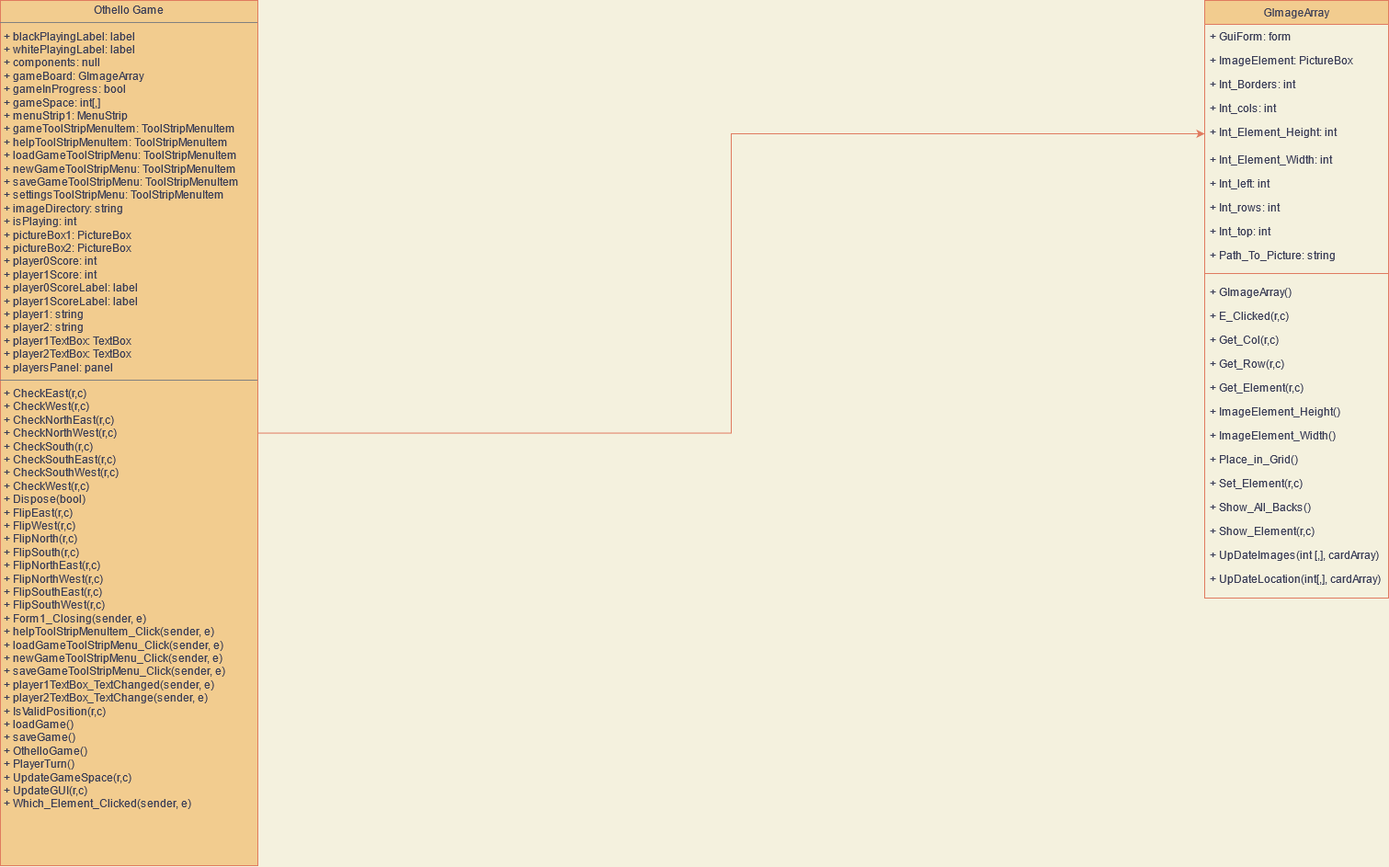
Above: Othello Class Diagram.png in MylesDodd/Othello-Game-Assignment (draw.io), before the change. Source tidied: cells renumbered, new cells last; positions are measured from the earlier drawing's top-left corner, leaving out a move shared by most shapes. Its diagram source:
```xml
<mxGraphModel background="#F4F1DE">
  <root>
    <mxCell id="0" />
    <mxCell id="1" parent="0" />
    <mxCell id="2" value="GImageArray" style="swimlane;fontStyle=0;align=center;verticalAlign=top;horizontal=1;startSize=26;rounded=0;shadow=0;strokeWidth=1;fillColor=#F2CC8F;strokeColor=#E07A5F;fontColor=#393C56;" parent="1" vertex="1">
      <mxGeometry x="1310" width="200" height="650" as="geometry" />
    </mxCell>
    <mxCell id="3" value="+ GuiForm: form" style="text;align=left;verticalAlign=top;spacingLeft=4;spacingRight=4;overflow=hidden;fontColor=#393C56;" parent="2" vertex="1">
      <mxGeometry y="26" width="200" height="26" as="geometry" />
    </mxCell>
    <mxCell id="4" value="+ ImageElement: PictureBox" style="text;align=left;verticalAlign=top;spacingLeft=4;spacingRight=4;overflow=hidden;rounded=0;shadow=0;html=0;fontColor=#393C56;" parent="2" vertex="1">
      <mxGeometry y="52" width="200" height="26" as="geometry" />
    </mxCell>
    <mxCell id="5" value="+ Int_Borders: int" style="text;align=left;verticalAlign=top;spacingLeft=4;spacingRight=4;overflow=hidden;rounded=0;shadow=0;html=0;fontColor=#393C56;" parent="2" vertex="1">
      <mxGeometry y="78" width="200" height="26" as="geometry" />
    </mxCell>
    <mxCell id="6" value="+ Int_cols: int" style="text;align=left;verticalAlign=top;spacingLeft=4;spacingRight=4;overflow=hidden;rounded=0;shadow=0;html=0;fontColor=#393C56;" parent="2" vertex="1">
      <mxGeometry y="104" width="200" height="26" as="geometry" />
    </mxCell>
    <mxCell id="7" value="+ Int_Element_Height: int" style="text;align=left;verticalAlign=top;spacingLeft=4;spacingRight=4;overflow=hidden;points=[[0,0.5],[1,0.5]];portConstraint=eastwest;rounded=0;shadow=0;html=0;fontColor=#393C56;" parent="2" vertex="1">
      <mxGeometry y="130" width="200" height="30" as="geometry" />
    </mxCell>
    <mxCell id="8" value="+ Int_Element_Width: int" style="text;align=left;verticalAlign=top;spacingLeft=4;spacingRight=4;overflow=hidden;rounded=0;shadow=0;html=0;fontColor=#393C56;" parent="2" vertex="1">
      <mxGeometry y="160" width="200" height="26" as="geometry" />
    </mxCell>
    <mxCell id="9" value="+ Int_left: int" style="text;align=left;verticalAlign=top;spacingLeft=4;spacingRight=4;overflow=hidden;rounded=0;shadow=0;html=0;fontColor=#393C56;" parent="2" vertex="1">
      <mxGeometry y="186" width="200" height="26" as="geometry" />
    </mxCell>
    <mxCell id="10" value="+ Int_rows: int" style="text;align=left;verticalAlign=top;spacingLeft=4;spacingRight=4;overflow=hidden;rounded=0;shadow=0;html=0;fontColor=#393C56;" parent="2" vertex="1">
      <mxGeometry y="212" width="200" height="26" as="geometry" />
    </mxCell>
    <mxCell id="11" value="+ Int_top: int" style="text;align=left;verticalAlign=top;spacingLeft=4;spacingRight=4;overflow=hidden;rounded=0;shadow=0;html=0;fontColor=#393C56;" parent="2" vertex="1">
      <mxGeometry y="238" width="200" height="26" as="geometry" />
    </mxCell>
    <mxCell id="12" value="+ Path_To_Picture: string" style="text;align=left;verticalAlign=top;spacingLeft=4;spacingRight=4;overflow=hidden;rounded=0;shadow=0;html=0;fontColor=#393C56;" parent="2" vertex="1">
      <mxGeometry y="264" width="200" height="26" as="geometry" />
    </mxCell>
    <mxCell id="13" style="line;html=1;strokeWidth=1;align=left;verticalAlign=middle;spacingTop=-1;spacingLeft=3;spacingRight=3;labelPosition=right;labelBackgroundColor=#F4F1DE;fillColor=#F2CC8F;strokeColor=#E07A5F;fontColor=#393C56;" parent="2" vertex="1">
      <mxGeometry y="290" width="200" height="14" as="geometry" />
    </mxCell>
    <mxCell id="14" value="+ GImageArray()" style="text;align=left;verticalAlign=top;spacingLeft=4;spacingRight=4;overflow=hidden;fontColor=#393C56;" parent="2" vertex="1">
      <mxGeometry y="304" width="200" height="26" as="geometry" />
    </mxCell>
    <mxCell id="15" value="+ E_Clicked(r,c)" style="text;align=left;verticalAlign=top;spacingLeft=4;spacingRight=4;overflow=hidden;fontColor=#393C56;" parent="2" vertex="1">
      <mxGeometry y="330" width="200" height="26" as="geometry" />
    </mxCell>
    <mxCell id="16" value="+ Get_Col(r,c)" style="text;align=left;verticalAlign=top;spacingLeft=4;spacingRight=4;overflow=hidden;fontColor=#393C56;" parent="2" vertex="1">
      <mxGeometry y="356" width="200" height="26" as="geometry" />
    </mxCell>
    <mxCell id="17" value="+ Get_Row(r,c)" style="text;align=left;verticalAlign=top;spacingLeft=4;spacingRight=4;overflow=hidden;fontColor=#393C56;" parent="2" vertex="1">
      <mxGeometry y="382" width="200" height="26" as="geometry" />
    </mxCell>
    <mxCell id="18" value="+ Get_Element(r,c)" style="text;align=left;verticalAlign=top;spacingLeft=4;spacingRight=4;overflow=hidden;fontColor=#393C56;" parent="2" vertex="1">
      <mxGeometry y="408" width="200" height="26" as="geometry" />
    </mxCell>
    <mxCell id="19" value="+ ImageElement_Height()" style="text;align=left;verticalAlign=top;spacingLeft=4;spacingRight=4;overflow=hidden;fontColor=#393C56;" parent="2" vertex="1">
      <mxGeometry y="434" width="200" height="26" as="geometry" />
    </mxCell>
    <mxCell id="20" value="+ ImageElement_Width()" style="text;align=left;verticalAlign=top;spacingLeft=4;spacingRight=4;overflow=hidden;fontColor=#393C56;" parent="2" vertex="1">
      <mxGeometry y="460" width="200" height="26" as="geometry" />
    </mxCell>
    <mxCell id="21" value="+ Place_in_Grid()" style="text;align=left;verticalAlign=top;spacingLeft=4;spacingRight=4;overflow=hidden;fontColor=#393C56;" parent="2" vertex="1">
      <mxGeometry y="486" width="200" height="26" as="geometry" />
    </mxCell>
    <mxCell id="22" value="+ Set_Element(r,c)" style="text;align=left;verticalAlign=top;spacingLeft=4;spacingRight=4;overflow=hidden;fontColor=#393C56;" parent="2" vertex="1">
      <mxGeometry y="512" width="200" height="26" as="geometry" />
    </mxCell>
    <mxCell id="23" value="+ Show_All_Backs()" style="text;align=left;verticalAlign=top;spacingLeft=4;spacingRight=4;overflow=hidden;fontColor=#393C56;" parent="2" vertex="1">
      <mxGeometry y="538" width="200" height="26" as="geometry" />
    </mxCell>
    <mxCell id="24" value="+ Show_Element(r,c)" style="text;align=left;verticalAlign=top;spacingLeft=4;spacingRight=4;overflow=hidden;fontColor=#393C56;" parent="2" vertex="1">
      <mxGeometry y="564" width="200" height="26" as="geometry" />
    </mxCell>
    <mxCell id="25" value="+ UpDateImages(int [,], cardArray)" style="text;align=left;verticalAlign=top;spacingLeft=4;spacingRight=4;overflow=hidden;fontColor=#393C56;" parent="2" vertex="1">
      <mxGeometry y="590" width="200" height="26" as="geometry" />
    </mxCell>
    <mxCell id="26" value="+ UpDateLocation(int[,], cardArray)" style="text;align=left;verticalAlign=top;spacingLeft=4;spacingRight=4;overflow=hidden;fontColor=#393C56;" parent="2" vertex="1">
      <mxGeometry y="616" width="200" height="26" as="geometry" />
    </mxCell>
    <mxCell id="27" style="edgeStyle=orthogonalEdgeStyle;rounded=0;jettySize=auto;html=1;entryX=0;entryY=0.5;entryDx=0;entryDy=0;labelBackgroundColor=#F4F1DE;strokeColor=#E07A5F;fontColor=#393C56;" parent="1" edge="1" source="28" target="7">
      <mxGeometry relative="1" as="geometry" />
    </mxCell>
    <mxCell id="28" value="&lt;p style=&quot;margin: 0px ; margin-top: 4px ; text-align: center&quot;&gt;Othello Game&lt;br&gt;&lt;/p&gt;&lt;hr size=&quot;1&quot;&gt;&lt;p style=&quot;margin: 0px ; margin-left: 4px&quot;&gt;+ blackPlayingLabel: label&lt;/p&gt;&lt;p style=&quot;margin: 0px ; margin-left: 4px&quot;&gt;+ whitePlayingLabel: label&lt;br&gt;&lt;/p&gt;&lt;p style=&quot;margin: 0px ; margin-left: 4px&quot;&gt;+ components: null&lt;br&gt;&lt;/p&gt;&lt;p style=&quot;margin: 0px ; margin-left: 4px&quot;&gt;+ gameBoard: GImageArray&lt;/p&gt;&lt;p style=&quot;margin: 0px ; margin-left: 4px&quot;&gt;+ gameInProgress: bool&lt;/p&gt;&lt;p style=&quot;margin: 0px ; margin-left: 4px&quot;&gt;+ gameSpace: int[,]&lt;/p&gt;&lt;p style=&quot;margin: 0px ; margin-left: 4px&quot;&gt;+ menuStrip1: MenuStrip&lt;br&gt;&lt;/p&gt;&lt;p style=&quot;margin: 0px ; margin-left: 4px&quot;&gt;+ gameToolStripMenuItem: ToolStripMenuItem&lt;/p&gt;&lt;p style=&quot;margin: 0px ; margin-left: 4px&quot;&gt;+ helpToolStripMenuItem: ToolStripMenuItem&lt;/p&gt;&lt;p style=&quot;margin: 0px ; margin-left: 4px&quot;&gt;+ loadGameToolStripMenu: ToolStripMenuItem&lt;/p&gt;&lt;p style=&quot;margin: 0px ; margin-left: 4px&quot;&gt;+ newGameToolStripMenu: ToolStripMenuItem&lt;/p&gt;&lt;p style=&quot;margin: 0px ; margin-left: 4px&quot;&gt;+ saveGameToolStripMenu: ToolStripMenuItem&lt;/p&gt;&lt;p style=&quot;margin: 0px ; margin-left: 4px&quot;&gt;+ settingsToolStripMenu: ToolStripMenuItem&lt;br&gt;&lt;/p&gt;&lt;p style=&quot;margin: 0px ; margin-left: 4px&quot;&gt;+ imageDirectory: string&lt;/p&gt;&lt;p style=&quot;margin: 0px ; margin-left: 4px&quot;&gt;+ isPlaying: int&lt;/p&gt;&lt;p style=&quot;margin: 0px ; margin-left: 4px&quot;&gt;+ pictureBox1: PictureBox&lt;/p&gt;&lt;p style=&quot;margin: 0px ; margin-left: 4px&quot;&gt;+ pictureBox2: PictureBox&lt;/p&gt;&lt;p style=&quot;margin: 0px ; margin-left: 4px&quot;&gt;+ player0Score: int&lt;/p&gt;&lt;p style=&quot;margin: 0px ; margin-left: 4px&quot;&gt;+ player1Score: int&lt;br&gt;&lt;/p&gt;&lt;p style=&quot;margin: 0px ; margin-left: 4px&quot;&gt;+ player0ScoreLabel: label&lt;/p&gt;&lt;p style=&quot;margin: 0px ; margin-left: 4px&quot;&gt;+ player1ScoreLabel: label&lt;br&gt;&lt;/p&gt;&lt;p style=&quot;margin: 0px ; margin-left: 4px&quot;&gt;+ player1: string&lt;/p&gt;&lt;p style=&quot;margin: 0px ; margin-left: 4px&quot;&gt;+ player2: string&lt;/p&gt;&lt;p style=&quot;margin: 0px ; margin-left: 4px&quot;&gt;+ player1TextBox: TextBox&lt;/p&gt;&lt;p style=&quot;margin: 0px ; margin-left: 4px&quot;&gt;+ player2TextBox: TextBox&lt;/p&gt;&lt;p style=&quot;margin: 0px ; margin-left: 4px&quot;&gt;+ playersPanel: panel&lt;br&gt;&lt;/p&gt;&lt;hr size=&quot;1&quot;&gt;&lt;p style=&quot;margin: 0px ; margin-left: 4px&quot;&gt;+ CheckEast(r,c)&lt;/p&gt;&lt;p style=&quot;margin: 0px ; margin-left: 4px&quot;&gt;+ CheckWest(r,c)&lt;/p&gt;&lt;p style=&quot;margin: 0px ; margin-left: 4px&quot;&gt;+ CheckNorthEast(r,c)&lt;/p&gt;&lt;p style=&quot;margin: 0px ; margin-left: 4px&quot;&gt;+ CheckNorthWest(r,c) &lt;br&gt;&lt;/p&gt;&lt;p style=&quot;margin: 0px ; margin-left: 4px&quot;&gt;+ CheckSouth(r,c) &lt;br&gt;&lt;/p&gt;&lt;p style=&quot;margin: 0px ; margin-left: 4px&quot;&gt;+ CheckSouthEast(r,c) &lt;br&gt;&lt;/p&gt;&lt;p style=&quot;margin: 0px ; margin-left: 4px&quot;&gt;+ CheckSouthWest(r,c) &lt;br&gt;&lt;/p&gt;&lt;p style=&quot;margin: 0px ; margin-left: 4px&quot;&gt;+ CheckWest(r,c) &lt;br&gt;&lt;/p&gt;&lt;p style=&quot;margin: 0px ; margin-left: 4px&quot;&gt;+ Dispose(bool) &lt;br&gt;&lt;/p&gt;&lt;p style=&quot;margin: 0px ; margin-left: 4px&quot;&gt;+ FlipEast(r,c) &lt;br&gt;&lt;/p&gt;&lt;p style=&quot;margin: 0px ; margin-left: 4px&quot;&gt;+ FlipWest(r,c) &lt;br&gt;&lt;/p&gt;&lt;p style=&quot;margin: 0px ; margin-left: 4px&quot;&gt;+ FlipNorth(r,c) &lt;br&gt;&lt;/p&gt;&lt;p style=&quot;margin: 0px ; margin-left: 4px&quot;&gt;+ FlipSouth(r,c) &lt;br&gt;&lt;/p&gt;&lt;p style=&quot;margin: 0px ; margin-left: 4px&quot;&gt;+ FlipNorthEast(r,c) &lt;br&gt;&lt;/p&gt;&lt;p style=&quot;margin: 0px ; margin-left: 4px&quot;&gt;+ FlipNorthWest(r,c) &lt;br&gt;&lt;/p&gt;&lt;p style=&quot;margin: 0px ; margin-left: 4px&quot;&gt;+ FlipSouthEast(r,c) &lt;br&gt;&lt;/p&gt;&lt;p style=&quot;margin: 0px ; margin-left: 4px&quot;&gt;+ FlipSouthWest(r,c) &lt;br&gt;&lt;/p&gt;&lt;p style=&quot;margin: 0px ; margin-left: 4px&quot;&gt;+ Form1_Closing(sender, e) &lt;br&gt;&lt;/p&gt;&lt;p style=&quot;margin: 0px ; margin-left: 4px&quot;&gt;+ helpToolStripMenuItem_Click(sender, e)&lt;/p&gt;&lt;p style=&quot;margin: 0px ; margin-left: 4px&quot;&gt;+ loadGameToolStripMenu_Click(sender, e) &lt;br&gt;&lt;/p&gt;&lt;p style=&quot;margin: 0px ; margin-left: 4px&quot;&gt;+ newGameToolStripMenu_Click(sender, e)&lt;/p&gt;&lt;p style=&quot;margin: 0px ; margin-left: 4px&quot;&gt;+ saveGameToolStripMenu_Click(sender, e) &lt;br&gt;&lt;/p&gt;&lt;p style=&quot;margin: 0px ; margin-left: 4px&quot;&gt;+ player1TextBox_TextChanged(sender, e) &lt;br&gt;&lt;/p&gt;&lt;p style=&quot;margin: 0px ; margin-left: 4px&quot;&gt;+ player2TextBox_TextChange(sender, e) &lt;br&gt;&lt;/p&gt;&lt;p style=&quot;margin: 0px ; margin-left: 4px&quot;&gt;+ IsValidPosition(r,c) &lt;br&gt;&lt;/p&gt;&lt;p style=&quot;margin: 0px ; margin-left: 4px&quot;&gt;+ loadGame()&lt;/p&gt;&lt;p style=&quot;margin: 0px ; margin-left: 4px&quot;&gt;+ saveGame()&lt;br&gt;&lt;/p&gt;&lt;p style=&quot;margin: 0px ; margin-left: 4px&quot;&gt;+ OthelloGame()&lt;/p&gt;&lt;p style=&quot;margin: 0px ; margin-left: 4px&quot;&gt;+ PlayerTurn()&lt;/p&gt;&lt;p style=&quot;margin: 0px ; margin-left: 4px&quot;&gt;+ UpdateGameSpace(r,c) &lt;br&gt;&lt;/p&gt;&lt;p style=&quot;margin: 0px ; margin-left: 4px&quot;&gt;+ UpdateGUI(r,c)&lt;/p&gt;&lt;p style=&quot;margin: 0px ; margin-left: 4px&quot;&gt;+ Which_Element_Clicked(sender, e) &lt;br&gt;&lt;/p&gt;" style="verticalAlign=top;align=left;overflow=fill;fontSize=12;fontFamily=Helvetica;html=1;fillColor=#F2CC8F;strokeColor=#E07A5F;fontColor=#393C56;" parent="1" vertex="1">
      <mxGeometry width="280" height="941" as="geometry" />
    </mxCell>
  </root>
</mxGraphModel>
```
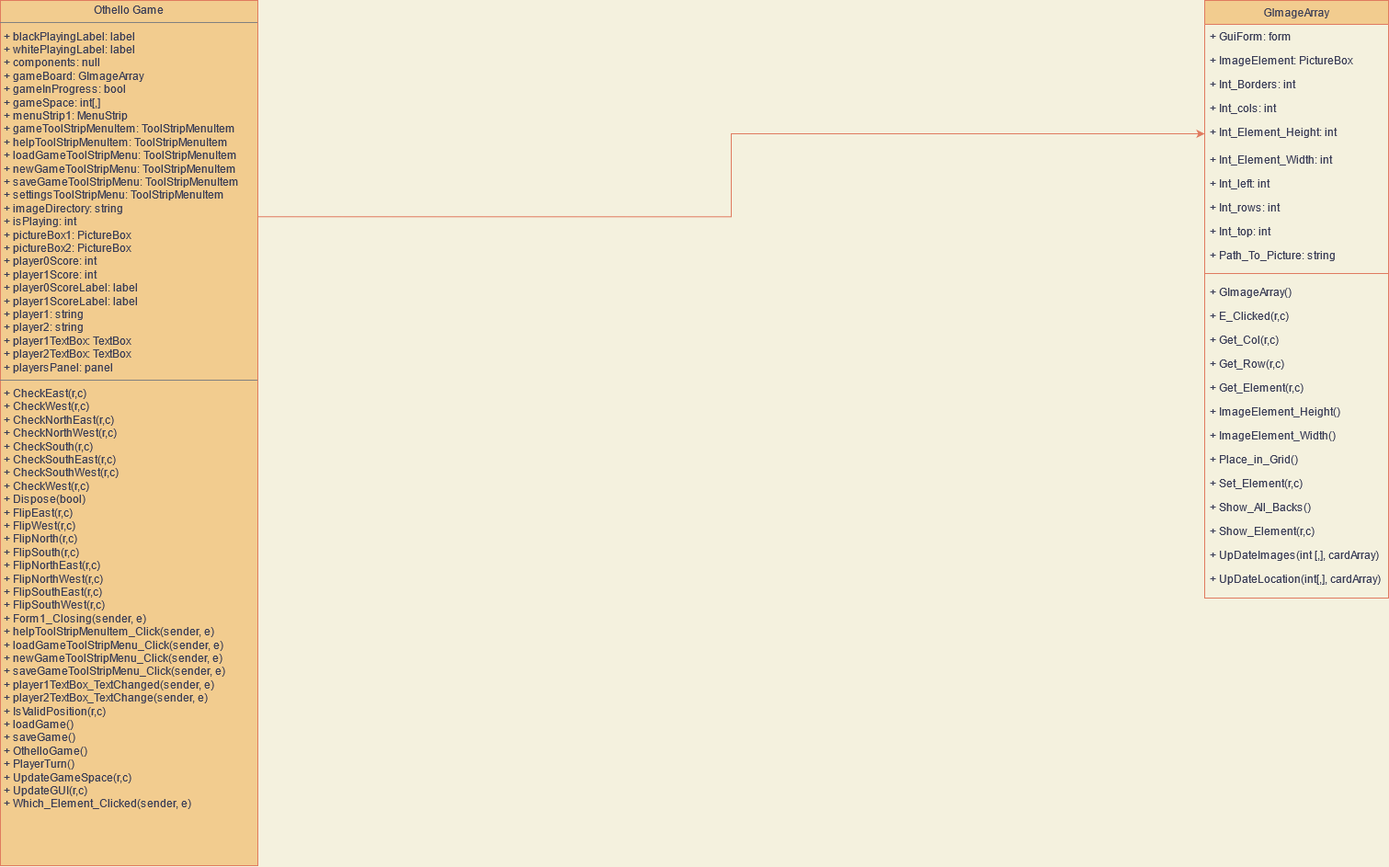
The same file after the commit.

The edit, as a diff of the source:
```diff
@@ -77,7 +77,7 @@
     <mxCell id="26" value="+ UpDateLocation(int[,], cardArray)" style="text;align=left;verticalAlign=top;spacingLeft=4;spacingRight=4;overflow=hidden;fontColor=#393C56;" parent="2" vertex="1">
       <mxGeometry y="616" width="200" height="26" as="geometry" />
     </mxCell>
-    <mxCell id="27" style="edgeStyle=orthogonalEdgeStyle;rounded=0;jettySize=auto;html=1;entryX=0;entryY=0.5;entryDx=0;entryDy=0;labelBackgroundColor=#F4F1DE;strokeColor=#E07A5F;fontColor=#393C56;" parent="1" edge="1" source="28" target="7">
+    <mxCell id="27" style="edgeStyle=orthogonalEdgeStyle;rounded=0;jettySize=auto;html=1;entryX=0;entryY=0.5;entryDx=0;entryDy=0;labelBackgroundColor=#F4F1DE;strokeColor=#E07A5F;fontColor=#393C56;exitX=1;exitY=0.25;exitDx=0;exitDy=0;" parent="1" edge="1" source="28" target="7">
       <mxGeometry relative="1" as="geometry" />
     </mxCell>
     <mxCell id="28" value="&lt;p style=&quot;margin: 0px ; margin-top: 4px ; text-align: center&quot;&gt;Othello Game&lt;br&gt;&lt;/p&gt;&lt;hr size=&quot;1&quot;&gt;&lt;p style=&quot;margin: 0px ; margin-left: 4px&quot;&gt;+ blackPlayingLabel: label&lt;/p&gt;&lt;p style=&quot;margin: 0px ; margin-left: 4px&quot;&gt;+ whitePlayingLabel: label&lt;br&gt;&lt;/p&gt;&lt;p style=&quot;margin: 0px ; margin-left: 4px&quot;&gt;+ components: null&lt;br&gt;&lt;/p&gt;&lt;p style=&quot;margin: 0px ; margin-left: 4px&quot;&gt;+ gameBoard: GImageArray&lt;/p&gt;&lt;p style=&quot;margin: 0px ; margin-left: 4px&quot;&gt;+ gameInProgress: bool&lt;/p&gt;&lt;p style=&quot;margin: 0px ; margin-left: 4px&quot;&gt;+ gameSpace: int[,]&lt;/p&gt;&lt;p style=&quot;margin: 0px ; margin-left: 4px&quot;&gt;+ menuStrip1: MenuStrip&lt;br&gt;&lt;/p&gt;&lt;p style=&quot;margin: 0px ; margin-left: 4px&quot;&gt;+ gameToolStripMenuItem: ToolStripMenuItem&lt;/p&gt;&lt;p style=&quot;margin: 0px ; margin-left: 4px&quot;&gt;+ helpToolStripMenuItem: ToolStripMenuItem&lt;/p&gt;&lt;p style=&quot;margin: 0px ; margin-left: 4px&quot;&gt;+ loadGameToolStripMenu: ToolStripMenuItem&lt;/p&gt;&lt;p style=&quot;margin: 0px ; margin-left: 4px&quot;&gt;+ newGameToolStripMenu: ToolStripMenuItem&lt;/p&gt;&lt;p style=&quot;margin: 0px ; margin-left: 4px&quot;&gt;+ saveGameToolStripMenu: ToolStripMenuItem&lt;/p&gt;&lt;p style=&quot;margin: 0px ; margin-left: 4px&quot;&gt;+ settingsToolStripMenu: ToolStripMenuItem&lt;br&gt;&lt;/p&gt;&lt;p style=&quot;margin: 0px ; margin-left: 4px&quot;&gt;+ imageDirectory: string&lt;/p&gt;&lt;p style=&quot;margin: 0px ; margin-left: 4px&quot;&gt;+ isPlaying: int&lt;/p&gt;&lt;p style=&quot;margin: 0px ; margin-left: 4px&quot;&gt;+ pictureBox1: PictureBox&lt;/p&gt;&lt;p style=&quot;margin: 0px ; margin-left: 4px&quot;&gt;+ pictureBox2: PictureBox&lt;/p&gt;&lt;p style=&quot;margin: 0px ; margin-left: 4px&quot;&gt;+ player0Score: int&lt;/p&gt;&lt;p style=&quot;margin: 0px ; margin-left: 4px&quot;&gt;+ player1Score: int&lt;br&gt;&lt;/p&gt;&lt;p style=&quot;margin: 0px ; margin-left: 4px&quot;&gt;+ player0ScoreLabel: label&lt;/p&gt;&lt;p style=&quot;margin: 0px ; margin-left: 4px&quot;&gt;+ player1ScoreLabel: label&lt;br&gt;&lt;/p&gt;&lt;p style=&quot;margin: 0px ; margin-left: 4px&quot;&gt;+ player1: string&lt;/p&gt;&lt;p style=&quot;margin: 0px ; margin-left: 4px&quot;&gt;+ player2: string&lt;/p&gt;&lt;p style=&quot;margin: 0px ; margin-left: 4px&quot;&gt;+ player1TextBox: TextBox&lt;/p&gt;&lt;p style=&quot;margin: 0px ; margin-left: 4px&quot;&gt;+ player2TextBox: TextBox&lt;/p&gt;&lt;p style=&quot;margin: 0px ; margin-left: 4px&quot;&gt;+ playersPanel: panel&lt;br&gt;&lt;/p&gt;&lt;hr size=&quot;1&quot;&gt;&lt;p style=&quot;margin: 0px ; margin-left: 4px&quot;&gt;+ CheckEast(r,c)&lt;/p&gt;&lt;p style=&quot;margin: 0px ; margin-left: 4px&quot;&gt;+ CheckWest(r,c)&lt;/p&gt;&lt;p style=&quot;margin: 0px ; margin-left: 4px&quot;&gt;+ CheckNorthEast(r,c)&lt;/p&gt;&lt;p style=&quot;margin: 0px ; margin-left: 4px&quot;&gt;+ CheckNorthWest(r,c) &lt;br&gt;&lt;/p&gt;&lt;p style=&quot;margin: 0px ; margin-left: 4px&quot;&gt;+ CheckSouth(r,c) &lt;br&gt;&lt;/p&gt;&lt;p style=&quot;margin: 0px ; margin-left: 4px&quot;&gt;+ CheckSouthEast(r,c) &lt;br&gt;&lt;/p&gt;&lt;p style=&quot;margin: 0px ; margin-left: 4px&quot;&gt;+ CheckSouthWest(r,c) &lt;br&gt;&lt;/p&gt;&lt;p style=&quot;margin: 0px ; margin-left: 4px&quot;&gt;+ CheckWest(r,c) &lt;br&gt;&lt;/p&gt;&lt;p style=&quot;margin: 0px ; margin-left: 4px&quot;&gt;+ Dispose(bool) &lt;br&gt;&lt;/p&gt;&lt;p style=&quot;margin: 0px ; margin-left: 4px&quot;&gt;+ FlipEast(r,c) &lt;br&gt;&lt;/p&gt;&lt;p style=&quot;margin: 0px ; margin-left: 4px&quot;&gt;+ FlipWest(r,c) &lt;br&gt;&lt;/p&gt;&lt;p style=&quot;margin: 0px ; margin-left: 4px&quot;&gt;+ FlipNorth(r,c) &lt;br&gt;&lt;/p&gt;&lt;p style=&quot;margin: 0px ; margin-left: 4px&quot;&gt;+ FlipSouth(r,c) &lt;br&gt;&lt;/p&gt;&lt;p style=&quot;margin: 0px ; margin-left: 4px&quot;&gt;+ FlipNorthEast(r,c) &lt;br&gt;&lt;/p&gt;&lt;p style=&quot;margin: 0px ; margin-left: 4px&quot;&gt;+ FlipNorthWest(r,c) &lt;br&gt;&lt;/p&gt;&lt;p style=&quot;margin: 0px ; margin-left: 4px&quot;&gt;+ FlipSouthEast(r,c) &lt;br&gt;&lt;/p&gt;&lt;p style=&quot;margin: 0px ; margin-left: 4px&quot;&gt;+ FlipSouthWest(r,c) &lt;br&gt;&lt;/p&gt;&lt;p style=&quot;margin: 0px ; margin-left: 4px&quot;&gt;+ Form1_Closing(sender, e) &lt;br&gt;&lt;/p&gt;&lt;p style=&quot;margin: 0px ; margin-left: 4px&quot;&gt;+ helpToolStripMenuItem_Click(sender, e)&lt;/p&gt;&lt;p style=&quot;margin: 0px ; margin-left: 4px&quot;&gt;+ loadGameToolStripMenu_Click(sender, e) &lt;br&gt;&lt;/p&gt;&lt;p style=&quot;margin: 0px ; margin-left: 4px&quot;&gt;+ newGameToolStripMenu_Click(sender, e)&lt;/p&gt;&lt;p style=&quot;margin: 0px ; margin-left: 4px&quot;&gt;+ saveGameToolStripMenu_Click(sender, e) &lt;br&gt;&lt;/p&gt;&lt;p style=&quot;margin: 0px ; margin-left: 4px&quot;&gt;+ player1TextBox_TextChanged(sender, e) &lt;br&gt;&lt;/p&gt;&lt;p style=&quot;margin: 0px ; margin-left: 4px&quot;&gt;+ player2TextBox_TextChange(sender, e) &lt;br&gt;&lt;/p&gt;&lt;p style=&quot;margin: 0px ; margin-left: 4px&quot;&gt;+ IsValidPosition(r,c) &lt;br&gt;&lt;/p&gt;&lt;p style=&quot;margin: 0px ; margin-left: 4px&quot;&gt;+ loadGame()&lt;/p&gt;&lt;p style=&quot;margin: 0px ; margin-left: 4px&quot;&gt;+ saveGame()&lt;br&gt;&lt;/p&gt;&lt;p style=&quot;margin: 0px ; margin-left: 4px&quot;&gt;+ OthelloGame()&lt;/p&gt;&lt;p style=&quot;margin: 0px ; margin-left: 4px&quot;&gt;+ PlayerTurn()&lt;/p&gt;&lt;p style=&quot;margin: 0px ; margin-left: 4px&quot;&gt;+ UpdateGameSpace(r,c) &lt;br&gt;&lt;/p&gt;&lt;p style=&quot;margin: 0px ; margin-left: 4px&quot;&gt;+ UpdateGUI(r,c)&lt;/p&gt;&lt;p style=&quot;margin: 0px ; margin-left: 4px&quot;&gt;+ Which_Element_Clicked(sender, e) &lt;br&gt;&lt;/p&gt;" style="verticalAlign=top;align=left;overflow=fill;fontSize=12;fontFamily=Helvetica;html=1;fillColor=#F2CC8F;strokeColor=#E07A5F;fontColor=#393C56;" parent="1" vertex="1">
```
